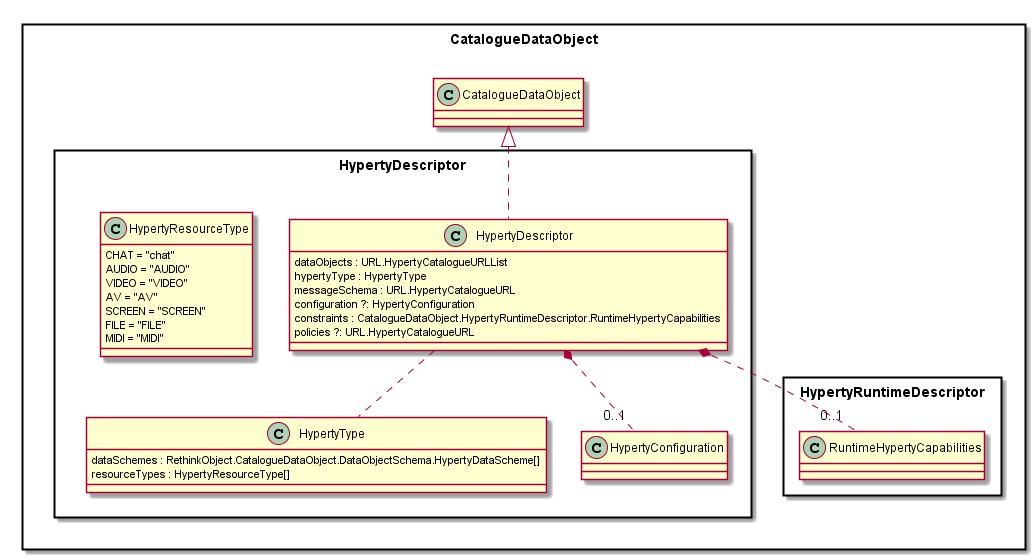
This is docs/datamodel/core/hyperty-catalogue/Hyperty-Descriptor-Data-Object-Model.png from reTHINK-project/dev-service-framework, a PlantUML export, as it was before one commit.
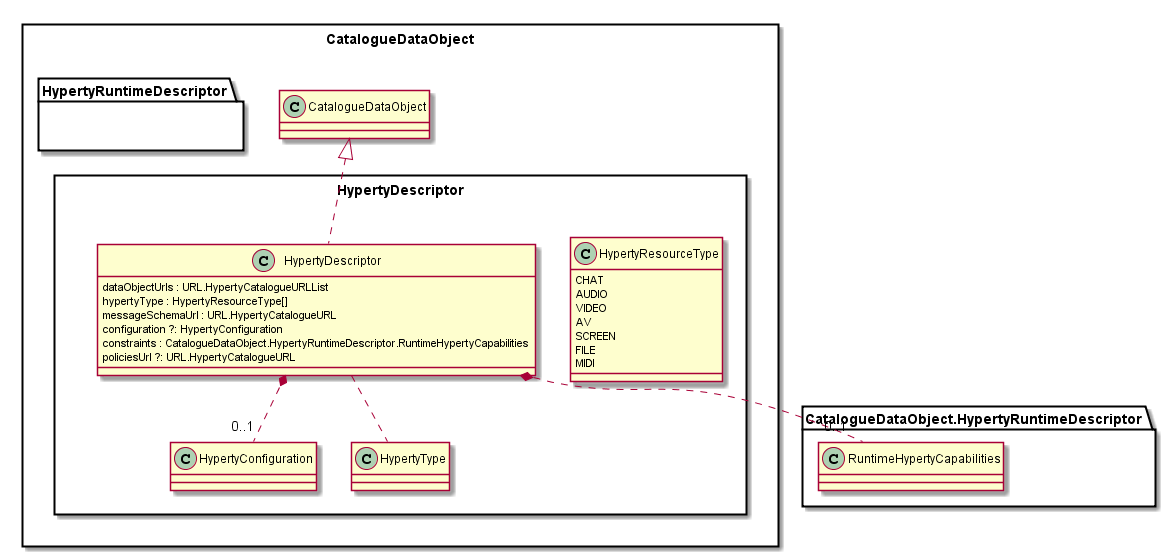
Later version of the same file.

Diff of the diagram source:
```diff
@@ -2,49 +2,40 @@
 
 package CatalogueDataObject <<Rect>> {
 
-package HypertyRuntimeDescriptor <<Rect>> {
-}
+	package HypertyRuntimeDescriptor <<Rect>> {
+	}
 
-package HypertyDescriptor <<Rect>> {
+	package HypertyDescriptor <<Rect>> {
+
+		class HypertyResourceType {
+			CHAT
+			AUDIO
+			VIDEO
+			AV
+			SCREEN
+			FILE
+			MIDI
+			}
 
 
-
-
-	class HypertyDescriptor {
-		dataObjects : URL.HypertyCatalogueURLList
-		hypertyType : HypertyType
-		messageSchema : URL.HypertyCatalogueURL
-		configuration ?: HypertyConfiguration
-		constraints : CatalogueDataObject.HypertyRuntimeDescriptor.RuntimeHypertyCapabilities
-		policies ?: URL.HypertyCatalogueURL
-	}
-
-	class HypertyType {
-		dataSchemes : RethinkObject.CatalogueDataObject.DataObjectSchema.HypertyDataScheme[]
-		resourceTypes : HypertyResourceType[]
-	}
-
-		class HypertyResourceType {
-			CHAT = "chat"
-			AUDIO = "AUDIO"
-			VIDEO = "VIDEO"
-			AV = "AV"
-			SCREEN = "SCREEN"
-			FILE = "FILE"
-			MIDI = "MIDI"
+		class HypertyDescriptor {
+			dataObjectUrls : URL.HypertyCatalogueURLList
+			hypertyType : HypertyResourceType[]
+			messageSchemaUrl : URL.HypertyCatalogueURL
+			configuration ?: HypertyConfiguration
+			constraints : CatalogueDataObject.HypertyRuntimeDescriptor.RuntimeHypertyCapabilities
+			policiesUrl ?: URL.HypertyCatalogueURL
 		}
 
-	class HypertyConfiguration {
+		class HypertyConfiguration {
+		}
+
+		HypertyDescriptor .up.|> CatalogueDataObject.CatalogueDataObject
+
+		HypertyDescriptor .. HypertyType
+		HypertyDescriptor *.. "0..1" CatalogueDataObject.HypertyRuntimeDescriptor.RuntimeHypertyCapabilities
+		HypertyDescriptor *.. "0..1" HypertyConfiguration
 
 	}
-
-
-	HypertyDescriptor .up.|> CatalogueDataObject.CatalogueDataObject
-
-	HypertyDescriptor .. HypertyType
-	HypertyDescriptor *.. "0..1" HypertyRuntimeDescriptor.RuntimeHypertyCapabilities
-	HypertyDescriptor *.. "0..1" HypertyConfiguration
-
-}
 }
 @enduml
```
